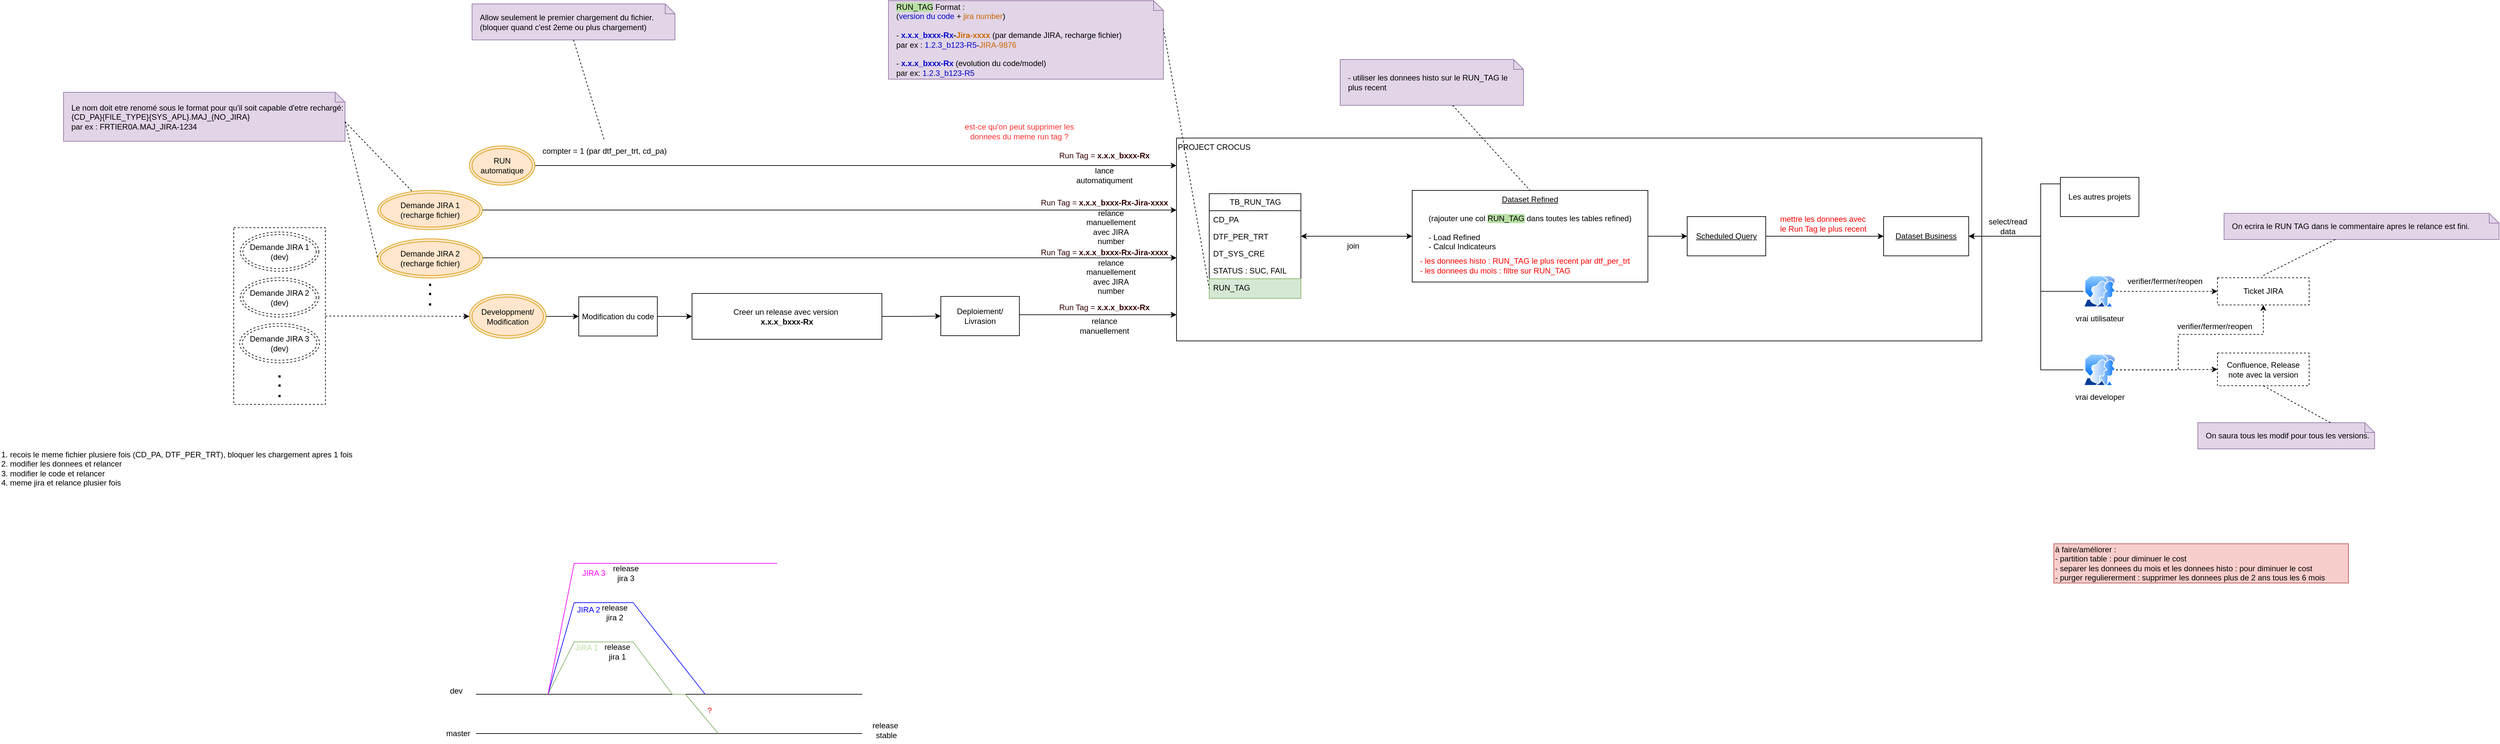
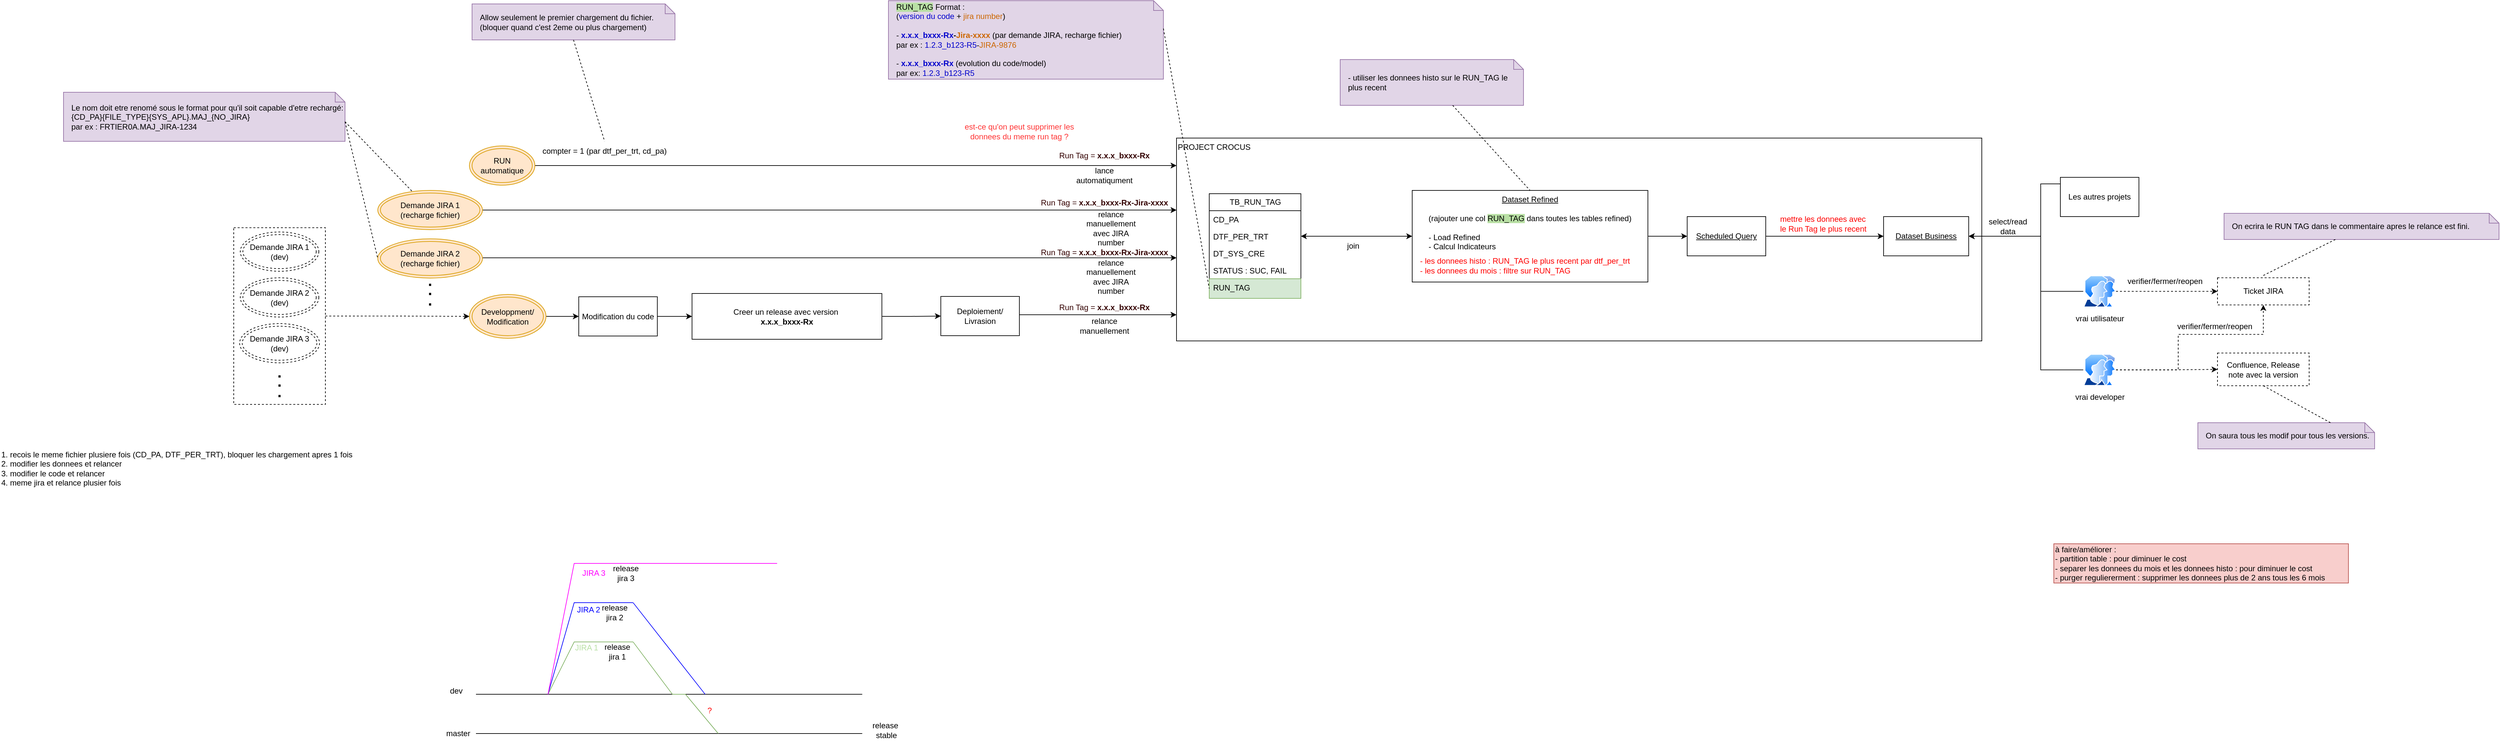
<mxfile host="app.diagrams.net">
  <diagram name="Page-1" id="bEAYSmEDHXBXhFzCy1HB">
    <mxGraphModel dx="3038" dy="1747" grid="1" gridSize="10" guides="1" tooltips="1" connect="1" arrows="1" fold="1" page="1" pageScale="1" pageWidth="827" pageHeight="1169" math="0" shadow="0">
      <root>
        <mxCell id="0" />
        <mxCell id="1" parent="0" />
        <mxCell id="cKu8MT6L8Fp_BZaxLZj7-22" edge="1" parent="1" source="cKu8MT6L8Fp_BZaxLZj7-16" style="edgeStyle=orthogonalEdgeStyle;rounded=0;orthogonalLoop=1;jettySize=auto;html=1;dashed=1;" target="QUzsFoNl6aFI_2ed8XXq-33">
          <mxGeometry relative="1" as="geometry">
            <Array as="points" />
            <mxPoint x="-937.4999999999995" y="382" as="sourcePoint" />
            <mxPoint x="-602.4999999999995" y="365" as="targetPoint" />
          </mxGeometry>
        </mxCell>
        <mxCell id="cKu8MT6L8Fp_BZaxLZj7-16" parent="1" style="rounded=0;whiteSpace=wrap;html=1;dashed=1;" value="" vertex="1">
          <mxGeometry height="270" width="140" x="-1070" y="247" as="geometry" />
        </mxCell>
        <mxCell id="QUzsFoNl6aFI_2ed8XXq-13" parent="1" style="rounded=0;whiteSpace=wrap;html=1;align=left;verticalAlign=top;" value="PROJECT CROCUS" vertex="1">
          <mxGeometry height="310" width="1230" x="370" y="110" as="geometry" />
        </mxCell>
        <mxCell id="QUzsFoNl6aFI_2ed8XXq-1" parent="1" style="swimlane;fontStyle=0;childLayout=stackLayout;horizontal=1;startSize=26;fillColor=none;horizontalStack=0;resizeParent=1;resizeParentMax=0;resizeLast=0;collapsible=1;marginBottom=0;html=1;" value="TB_RUN_TAG" vertex="1">
          <mxGeometry height="160" width="140" x="420" y="195" as="geometry" />
        </mxCell>
        <mxCell id="QUzsFoNl6aFI_2ed8XXq-2" parent="QUzsFoNl6aFI_2ed8XXq-1" style="text;strokeColor=none;fillColor=none;align=left;verticalAlign=top;spacingLeft=4;spacingRight=4;overflow=hidden;rotatable=0;points=[[0,0.5],[1,0.5]];portConstraint=eastwest;whiteSpace=wrap;html=1;" value="CD_PA" vertex="1">
          <mxGeometry height="26" width="140" y="26" as="geometry" />
        </mxCell>
        <mxCell id="QUzsFoNl6aFI_2ed8XXq-3" parent="QUzsFoNl6aFI_2ed8XXq-1" style="text;strokeColor=none;fillColor=none;align=left;verticalAlign=top;spacingLeft=4;spacingRight=4;overflow=hidden;rotatable=0;points=[[0,0.5],[1,0.5]];portConstraint=eastwest;whiteSpace=wrap;html=1;" value="DTF_PER_TRT" vertex="1">
          <mxGeometry height="26" width="140" y="52" as="geometry" />
        </mxCell>
        <mxCell id="QUzsFoNl6aFI_2ed8XXq-4" parent="QUzsFoNl6aFI_2ed8XXq-1" style="text;strokeColor=none;fillColor=none;align=left;verticalAlign=top;spacingLeft=4;spacingRight=4;overflow=hidden;rotatable=0;points=[[0,0.5],[1,0.5]];portConstraint=eastwest;whiteSpace=wrap;html=1;" value="DT_SYS_CRE" vertex="1">
          <mxGeometry height="26" width="140" y="78" as="geometry" />
        </mxCell>
        <mxCell id="QUzsFoNl6aFI_2ed8XXq-105" parent="QUzsFoNl6aFI_2ed8XXq-1" style="text;strokeColor=none;fillColor=none;align=left;verticalAlign=top;spacingLeft=4;spacingRight=4;overflow=hidden;rotatable=0;points=[[0,0.5],[1,0.5]];portConstraint=eastwest;whiteSpace=wrap;html=1;" value="STATUS : SUC, FAIL" vertex="1">
          <mxGeometry height="26" width="140" y="104" as="geometry" />
        </mxCell>
        <mxCell id="QUzsFoNl6aFI_2ed8XXq-5" parent="QUzsFoNl6aFI_2ed8XXq-1" style="text;strokeColor=#82b366;fillColor=#d5e8d4;align=left;verticalAlign=top;spacingLeft=4;spacingRight=4;overflow=hidden;rotatable=0;points=[[0,0.5],[1,0.5]];portConstraint=eastwest;whiteSpace=wrap;html=1;" value="RUN_TAG" vertex="1">
          <mxGeometry height="30" width="140" y="130" as="geometry" />
        </mxCell>
        <mxCell id="QUzsFoNl6aFI_2ed8XXq-7" parent="1" style="shape=note;size=15;align=left;spacingLeft=10;html=1;whiteSpace=wrap;fillColor=#e1d5e7;strokeColor=#9673a6;" value="&lt;span style=&quot;background-color: rgb(185, 224, 165);&quot;&gt;RUN_TAG&lt;/span&gt; Format :&amp;nbsp;&lt;div&gt;(&lt;font style=&quot;color: rgb(0, 0, 204);&quot;&gt;version du code&lt;/font&gt; +&lt;font style=&quot;color: rgb(204, 102, 0);&quot;&gt; &lt;font&gt;jira number&lt;/font&gt;&lt;/font&gt;)&lt;/div&gt;&lt;div&gt;&lt;br&gt;&lt;div&gt;- &lt;b&gt;&lt;font style=&quot;color: rgb(0, 0, 204);&quot;&gt;x.x.x_bxxx-Rx&lt;/font&gt;-&lt;font style=&quot;color: rgb(204, 102, 0);&quot;&gt;Jira-xxxx&lt;/font&gt;&lt;/b&gt; (par demande JIRA, recharge fichier)&amp;nbsp;&lt;/div&gt;&lt;div&gt;par ex : &lt;font style=&quot;color: rgb(0, 0, 204);&quot;&gt;1.2.3_b123-R5&lt;/font&gt;-&lt;font style=&quot;color: rgb(204, 102, 0);&quot;&gt;JIRA-9876&lt;/font&gt;&lt;/div&gt;&lt;div&gt;&lt;br&gt;&lt;/div&gt;&lt;div&gt;-&lt;b&gt; &lt;font style=&quot;color: rgb(0, 0, 204);&quot;&gt;x.x.x_bxxx-Rx&lt;/font&gt;&lt;/b&gt; (evolution du code/model)&lt;/div&gt;&lt;div&gt;&lt;span style=&quot;background-color: transparent; color: light-dark(rgb(0, 0, 0), rgb(255, 255, 255));&quot;&gt;par ex: &lt;/span&gt;&lt;span style=&quot;background-color: transparent;&quot;&gt;&lt;font style=&quot;color: light-dark(rgb(0, 0, 204), rgb(255, 255, 255));&quot;&gt;1.2.3_b123-R5&lt;/font&gt;&lt;/span&gt;&lt;/div&gt;&lt;/div&gt;" vertex="1">
          <mxGeometry height="120" width="420" x="-70" y="-100" as="geometry" />
        </mxCell>
        <mxCell id="QUzsFoNl6aFI_2ed8XXq-8" edge="1" parent="1" source="QUzsFoNl6aFI_2ed8XXq-7" style="edgeStyle=none;endArrow=none;exitX=0;exitY=0;dashed=1;html=1;rounded=0;entryX=0;entryY=0.5;entryDx=0;entryDy=0;exitDx=420;exitDy=42.5;exitPerimeter=0;" target="QUzsFoNl6aFI_2ed8XXq-5" value="">
          <mxGeometry relative="1" x="1" as="geometry">
            <mxPoint x="590" y="660" as="targetPoint" />
          </mxGeometry>
        </mxCell>
        <mxCell id="QUzsFoNl6aFI_2ed8XXq-10" parent="1" style="rounded=0;whiteSpace=wrap;html=1;dashed=1;" value="Confluence, Release note avec la v&lt;span style=&quot;background-color: transparent; color: light-dark(rgb(0, 0, 0), rgb(255, 255, 255));&quot;&gt;ersion&lt;/span&gt;" vertex="1">
          <mxGeometry height="50" width="140" x="1960" y="438.5" as="geometry" />
        </mxCell>
        <mxCell id="QUzsFoNl6aFI_2ed8XXq-11" parent="1" style="rounded=0;whiteSpace=wrap;html=1;dashed=1;" value="Ticket JIRA" vertex="1">
          <mxGeometry height="41.5" width="140" x="1960" y="323.5" as="geometry" />
        </mxCell>
        <mxCell id="QUzsFoNl6aFI_2ed8XXq-42" edge="1" parent="1" source="QUzsFoNl6aFI_2ed8XXq-12" style="edgeStyle=orthogonalEdgeStyle;rounded=0;orthogonalLoop=1;jettySize=auto;html=1;entryX=1;entryY=0.5;entryDx=0;entryDy=0;startArrow=classic;startFill=1;" target="QUzsFoNl6aFI_2ed8XXq-3">
          <mxGeometry relative="1" as="geometry" />
        </mxCell>
        <mxCell id="QUzsFoNl6aFI_2ed8XXq-50" edge="1" parent="1" source="QUzsFoNl6aFI_2ed8XXq-12" style="edgeStyle=orthogonalEdgeStyle;rounded=0;orthogonalLoop=1;jettySize=auto;html=1;" target="QUzsFoNl6aFI_2ed8XXq-46">
          <mxGeometry relative="1" as="geometry">
            <Array as="points" />
          </mxGeometry>
        </mxCell>
        <mxCell id="QUzsFoNl6aFI_2ed8XXq-12" parent="1" style="rounded=0;whiteSpace=wrap;html=1;verticalAlign=top;" value="&lt;u&gt;Dataset Refined&lt;/u&gt;&lt;div&gt;&lt;u&gt;&lt;br&gt;&lt;/u&gt;&lt;div&gt;(rajouter une col &lt;span style=&quot;background-color: rgb(185, 224, 165);&quot;&gt;RUN_TAG&lt;/span&gt;&lt;span&gt; &lt;/span&gt;dans toutes les tables refined)&lt;/div&gt;&lt;div&gt;&lt;br&gt;&lt;/div&gt;&lt;div style=&quot;text-align: left;&quot;&gt;- Load Refined&amp;nbsp; &amp;nbsp; &amp;nbsp; &amp;nbsp;&lt;/div&gt;&lt;div style=&quot;text-align: left;&quot;&gt;- Calcul Indicateurs&lt;/div&gt;&lt;/div&gt;" vertex="1">
          <mxGeometry height="140" width="360" x="730" y="190" as="geometry" />
        </mxCell>
        <mxCell id="QUzsFoNl6aFI_2ed8XXq-27" edge="1" parent="1" source="QUzsFoNl6aFI_2ed8XXq-33" style="edgeStyle=orthogonalEdgeStyle;rounded=0;orthogonalLoop=1;jettySize=auto;html=1;entryX=0;entryY=0.5;entryDx=0;entryDy=0;" target="QUzsFoNl6aFI_2ed8XXq-23">
          <mxGeometry relative="1" as="geometry">
            <mxPoint x="-740" y="198" as="sourcePoint" />
          </mxGeometry>
        </mxCell>
        <mxCell id="QUzsFoNl6aFI_2ed8XXq-19" parent="1" style="text;html=1;whiteSpace=wrap;strokeColor=none;fillColor=none;align=center;verticalAlign=middle;rounded=0;fontColor=#330000;" value="&lt;font style=&quot;&quot;&gt;Run Tag =&amp;nbsp;&lt;/font&gt;&lt;b style=&quot;text-align: left;&quot;&gt;x.x.x_bxxx-Rx-Jira-xxxx&lt;/b&gt;" vertex="1">
          <mxGeometry height="30" width="200" x="160" y="269.5" as="geometry" />
        </mxCell>
        <mxCell id="cKu8MT6L8Fp_BZaxLZj7-37" edge="1" parent="1" source="QUzsFoNl6aFI_2ed8XXq-23" style="edgeStyle=orthogonalEdgeStyle;rounded=0;orthogonalLoop=1;jettySize=auto;html=1;" target="QUzsFoNl6aFI_2ed8XXq-25">
          <mxGeometry relative="1" as="geometry" />
        </mxCell>
        <mxCell id="QUzsFoNl6aFI_2ed8XXq-23" parent="1" style="rounded=0;whiteSpace=wrap;html=1;" value="Modification du code" vertex="1">
          <mxGeometry height="60" width="120" x="-543" y="352.5" as="geometry" />
        </mxCell>
        <mxCell id="QUzsFoNl6aFI_2ed8XXq-31" edge="1" parent="1" source="QUzsFoNl6aFI_2ed8XXq-24" style="edgeStyle=orthogonalEdgeStyle;rounded=0;orthogonalLoop=1;jettySize=auto;html=1;" target="QUzsFoNl6aFI_2ed8XXq-13">
          <mxGeometry relative="1" as="geometry">
            <Array as="points">
              <mxPoint x="180" y="380" />
              <mxPoint x="180" y="380" />
            </Array>
            <mxPoint x="380" y="373" as="targetPoint" />
          </mxGeometry>
        </mxCell>
        <mxCell id="QUzsFoNl6aFI_2ed8XXq-24" parent="1" style="rounded=0;whiteSpace=wrap;html=1;" value="Deploiement/ Livrasion" vertex="1">
          <mxGeometry height="60" width="120" x="10" y="352" as="geometry" />
        </mxCell>
        <mxCell id="cKu8MT6L8Fp_BZaxLZj7-38" edge="1" parent="1" source="QUzsFoNl6aFI_2ed8XXq-25" style="edgeStyle=orthogonalEdgeStyle;rounded=0;orthogonalLoop=1;jettySize=auto;html=1;" target="QUzsFoNl6aFI_2ed8XXq-24">
          <mxGeometry relative="1" as="geometry" />
        </mxCell>
        <mxCell id="QUzsFoNl6aFI_2ed8XXq-25" parent="1" style="rounded=0;whiteSpace=wrap;html=1;" value="Creer un release avec version&amp;nbsp;&lt;div&gt;&lt;span style=&quot;text-align: left;&quot;&gt;&lt;b&gt;x.x.x_bxxx-Rx&lt;/b&gt;&lt;/span&gt;&lt;/div&gt;" vertex="1">
          <mxGeometry height="70" width="290" x="-370" y="347.5" as="geometry" />
        </mxCell>
        <mxCell id="QUzsFoNl6aFI_2ed8XXq-33" parent="1" style="ellipse;shape=doubleEllipse;whiteSpace=wrap;html=1;fillColor=#ffe6cc;strokeColor=#d79b00;" value="Developpment/&lt;div&gt;Modification&lt;/div&gt;" vertex="1">
          <mxGeometry height="67" width="117" x="-710" y="349" as="geometry" />
        </mxCell>
        <mxCell id="cKu8MT6L8Fp_BZaxLZj7-5" edge="1" parent="1" style="edgeStyle=orthogonalEdgeStyle;rounded=0;orthogonalLoop=1;jettySize=auto;html=1;">
          <mxGeometry relative="1" as="geometry">
            <Array as="points">
              <mxPoint x="110" y="293" />
              <mxPoint x="110" y="293" />
            </Array>
            <mxPoint x="-690.0000000000005" y="293" as="sourcePoint" />
            <mxPoint x="370" y="293" as="targetPoint" />
          </mxGeometry>
        </mxCell>
        <mxCell id="QUzsFoNl6aFI_2ed8XXq-34" parent="1" style="ellipse;shape=doubleEllipse;whiteSpace=wrap;html=1;fillColor=#ffe6cc;strokeColor=#d79b00;" value="Demande JIRA 2&lt;div&gt;(recharge fichier)&lt;/div&gt;" vertex="1">
          <mxGeometry height="60" width="160" x="-850" y="264" as="geometry" />
        </mxCell>
        <mxCell id="QUzsFoNl6aFI_2ed8XXq-36" edge="1" parent="1" source="QUzsFoNl6aFI_2ed8XXq-35" style="edgeStyle=orthogonalEdgeStyle;rounded=0;orthogonalLoop=1;jettySize=auto;html=1;" target="QUzsFoNl6aFI_2ed8XXq-13">
          <mxGeometry relative="1" as="geometry">
            <Array as="points">
              <mxPoint x="140" y="152" />
              <mxPoint x="140" y="152" />
            </Array>
            <mxPoint x="380" y="152.0588235294117" as="targetPoint" />
          </mxGeometry>
        </mxCell>
        <mxCell id="QUzsFoNl6aFI_2ed8XXq-35" parent="1" style="ellipse;shape=doubleEllipse;whiteSpace=wrap;html=1;fillColor=#ffe6cc;strokeColor=#d79b00;" value="RUN automatique" vertex="1">
          <mxGeometry height="60" width="100" x="-710" y="122" as="geometry" />
        </mxCell>
        <mxCell id="QUzsFoNl6aFI_2ed8XXq-40" parent="1" style="shape=note;size=15;align=left;spacingLeft=10;html=1;whiteSpace=wrap;fillColor=#e1d5e7;strokeColor=#9673a6;" value="&lt;div&gt;- utiliser les donnees histo sur le RUN_TAG le plus recent&lt;/div&gt;" vertex="1">
          <mxGeometry height="70" width="280" x="620" y="-10" as="geometry" />
        </mxCell>
        <mxCell id="QUzsFoNl6aFI_2ed8XXq-41" edge="1" parent="1" source="QUzsFoNl6aFI_2ed8XXq-40" style="edgeStyle=none;endArrow=none;dashed=1;html=1;rounded=0;entryX=0.5;entryY=0;entryDx=0;entryDy=0;" target="QUzsFoNl6aFI_2ed8XXq-12" value="">
          <mxGeometry relative="1" x="1" as="geometry">
            <mxPoint x="720" y="650" as="sourcePoint" />
            <mxPoint x="772" y="500" as="targetPoint" />
          </mxGeometry>
        </mxCell>
        <mxCell id="QUzsFoNl6aFI_2ed8XXq-43" parent="1" style="text;html=1;whiteSpace=wrap;strokeColor=none;fillColor=none;align=left;verticalAlign=middle;rounded=0;" value="&lt;font style=&quot;color: rgb(255, 0, 0);&quot;&gt;- les donnees histo : RUN_TAG le plus recent par dtf_per_trt&lt;/font&gt;&lt;div&gt;&lt;font style=&quot;color: rgb(255, 0, 0);&quot;&gt;- les donnees du mois : f&lt;/font&gt;&lt;span style=&quot;color: light-dark(rgb(255, 0, 0), rgb(255, 144, 144)); background-color: transparent;&quot;&gt;iltre sur RUN_TAG&lt;/span&gt;&lt;/div&gt;" vertex="1">
          <mxGeometry height="30" width="370" x="740" y="290" as="geometry" />
        </mxCell>
        <mxCell id="QUzsFoNl6aFI_2ed8XXq-45" parent="1" style="rounded=0;whiteSpace=wrap;html=1;" value="&lt;u&gt;Dataset Business&lt;/u&gt;" vertex="1">
          <mxGeometry height="60" width="130" x="1450" y="230" as="geometry" />
        </mxCell>
        <mxCell id="QUzsFoNl6aFI_2ed8XXq-48" edge="1" parent="1" source="QUzsFoNl6aFI_2ed8XXq-46" style="edgeStyle=orthogonalEdgeStyle;rounded=0;orthogonalLoop=1;jettySize=auto;html=1;" target="QUzsFoNl6aFI_2ed8XXq-45">
          <mxGeometry relative="1" as="geometry" />
        </mxCell>
        <mxCell id="QUzsFoNl6aFI_2ed8XXq-46" parent="1" style="rounded=0;whiteSpace=wrap;html=1;" value="&lt;u&gt;Scheduled Query&lt;/u&gt;" vertex="1">
          <mxGeometry height="60" width="120" x="1150" y="230" as="geometry" />
        </mxCell>
        <mxCell id="QUzsFoNl6aFI_2ed8XXq-51" parent="1" style="text;html=1;whiteSpace=wrap;strokeColor=none;fillColor=none;align=left;verticalAlign=middle;rounded=0;fontColor=#FF0000;" value="mettre les donnees avec le Run Tag le plus recent" vertex="1">
          <mxGeometry height="30" width="140" x="1290" y="226" as="geometry" />
        </mxCell>
        <mxCell id="QUzsFoNl6aFI_2ed8XXq-59" edge="1" parent="1" source="QUzsFoNl6aFI_2ed8XXq-52" style="edgeStyle=orthogonalEdgeStyle;rounded=0;orthogonalLoop=1;jettySize=auto;html=1;entryX=1;entryY=0.5;entryDx=0;entryDy=0;" target="QUzsFoNl6aFI_2ed8XXq-45">
          <mxGeometry relative="1" as="geometry">
            <Array as="points">
              <mxPoint x="1690" y="180" />
              <mxPoint x="1690" y="260" />
            </Array>
          </mxGeometry>
        </mxCell>
        <mxCell id="QUzsFoNl6aFI_2ed8XXq-52" parent="1" style="rounded=0;whiteSpace=wrap;html=1;" value="Les autres projets" vertex="1">
          <mxGeometry height="60" width="120" x="1720" y="170" as="geometry" />
        </mxCell>
        <mxCell id="QUzsFoNl6aFI_2ed8XXq-58" edge="1" parent="1" source="QUzsFoNl6aFI_2ed8XXq-57" style="edgeStyle=orthogonalEdgeStyle;rounded=0;orthogonalLoop=1;jettySize=auto;html=1;entryX=1;entryY=0.5;entryDx=0;entryDy=0;" target="QUzsFoNl6aFI_2ed8XXq-45">
          <mxGeometry relative="1" as="geometry">
            <Array as="points">
              <mxPoint x="1690" y="344" />
              <mxPoint x="1690" y="260" />
            </Array>
          </mxGeometry>
        </mxCell>
        <mxCell id="QUzsFoNl6aFI_2ed8XXq-65" edge="1" parent="1" source="QUzsFoNl6aFI_2ed8XXq-57" style="edgeStyle=orthogonalEdgeStyle;rounded=0;orthogonalLoop=1;jettySize=auto;html=1;dashed=1;" target="QUzsFoNl6aFI_2ed8XXq-11">
          <mxGeometry relative="1" as="geometry" />
        </mxCell>
        <mxCell id="QUzsFoNl6aFI_2ed8XXq-57" parent="1" style="image;aspect=fixed;perimeter=ellipsePerimeter;html=1;align=center;shadow=0;dashed=0;spacingTop=3;image=img/lib/active_directory/user_accounts.svg;" value="vrai utilisateur" vertex="1">
          <mxGeometry height="48.5" width="50" x="1755" y="320" as="geometry" />
        </mxCell>
        <mxCell id="QUzsFoNl6aFI_2ed8XXq-60" parent="1" style="text;html=1;whiteSpace=wrap;strokeColor=none;fillColor=none;align=center;verticalAlign=middle;rounded=0;" value="select/read data" vertex="1">
          <mxGeometry height="30" width="60" x="1610" y="230" as="geometry" />
        </mxCell>
        <mxCell id="QUzsFoNl6aFI_2ed8XXq-63" edge="1" parent="1" source="QUzsFoNl6aFI_2ed8XXq-62" style="edgeStyle=orthogonalEdgeStyle;rounded=0;orthogonalLoop=1;jettySize=auto;html=1;entryX=1;entryY=0.5;entryDx=0;entryDy=0;" target="QUzsFoNl6aFI_2ed8XXq-45">
          <mxGeometry relative="1" as="geometry">
            <Array as="points">
              <mxPoint x="1690" y="464" />
              <mxPoint x="1690" y="260" />
            </Array>
          </mxGeometry>
        </mxCell>
        <mxCell id="QUzsFoNl6aFI_2ed8XXq-66" edge="1" parent="1" source="QUzsFoNl6aFI_2ed8XXq-62" style="edgeStyle=orthogonalEdgeStyle;rounded=0;orthogonalLoop=1;jettySize=auto;html=1;dashed=1;" target="QUzsFoNl6aFI_2ed8XXq-10">
          <mxGeometry relative="1" as="geometry" />
        </mxCell>
        <mxCell id="QUzsFoNl6aFI_2ed8XXq-68" edge="1" parent="1" source="QUzsFoNl6aFI_2ed8XXq-62" style="edgeStyle=orthogonalEdgeStyle;rounded=0;orthogonalLoop=1;jettySize=auto;html=1;entryX=0.5;entryY=1;entryDx=0;entryDy=0;dashed=1;" target="QUzsFoNl6aFI_2ed8XXq-11">
          <mxGeometry relative="1" as="geometry">
            <Array as="points">
              <mxPoint x="1900" y="464" />
              <mxPoint x="1900" y="410" />
              <mxPoint x="2030" y="410" />
            </Array>
          </mxGeometry>
        </mxCell>
        <mxCell id="QUzsFoNl6aFI_2ed8XXq-62" parent="1" style="image;aspect=fixed;perimeter=ellipsePerimeter;html=1;align=center;shadow=0;dashed=0;spacingTop=3;image=img/lib/active_directory/user_accounts.svg;" value="vrai developer" vertex="1">
          <mxGeometry height="48.5" width="50" x="1755" y="440" as="geometry" />
        </mxCell>
        <mxCell id="QUzsFoNl6aFI_2ed8XXq-69" parent="1" style="shape=note;size=15;align=left;spacingLeft=10;html=1;whiteSpace=wrap;fillColor=#e1d5e7;strokeColor=#9673a6;" value="On ecrira le RUN TAG dans le commentaire apres le relance est fini." vertex="1">
          <mxGeometry height="40" width="420" x="1970" y="225" as="geometry" />
        </mxCell>
        <mxCell id="QUzsFoNl6aFI_2ed8XXq-70" edge="1" parent="1" source="QUzsFoNl6aFI_2ed8XXq-69" style="edgeStyle=none;endArrow=none;dashed=1;html=1;rounded=0;" value="">
          <mxGeometry relative="1" x="1" as="geometry">
            <mxPoint x="970" y="210" as="sourcePoint" />
            <mxPoint x="2030" y="320" as="targetPoint" />
          </mxGeometry>
        </mxCell>
        <mxCell id="QUzsFoNl6aFI_2ed8XXq-71" parent="1" style="shape=note;size=15;align=left;spacingLeft=10;html=1;whiteSpace=wrap;fillColor=#e1d5e7;strokeColor=#9673a6;" value="On saura tous les modif pour tous les versions." vertex="1">
          <mxGeometry height="40" width="270" x="1930" y="545" as="geometry" />
        </mxCell>
        <mxCell id="QUzsFoNl6aFI_2ed8XXq-72" edge="1" parent="1" source="QUzsFoNl6aFI_2ed8XXq-71" style="edgeStyle=none;endArrow=none;dashed=1;html=1;rounded=0;entryX=0.5;entryY=1;entryDx=0;entryDy=0;exitX=0;exitY=0;exitDx=202.5;exitDy=0;exitPerimeter=0;" target="QUzsFoNl6aFI_2ed8XXq-10" value="">
          <mxGeometry relative="1" x="1" as="geometry">
            <mxPoint x="2180" y="470" as="sourcePoint" />
            <mxPoint x="2070" y="525" as="targetPoint" />
          </mxGeometry>
        </mxCell>
        <mxCell id="QUzsFoNl6aFI_2ed8XXq-74" parent="1" style="rounded=0;whiteSpace=wrap;html=1;align=left;fillColor=#f8cecc;strokeColor=#b85450;" value="à faire/améliorer :&lt;div&gt;- partition table : pour diminuer le cost&lt;/div&gt;&lt;div&gt;- separer les donnees du mois et les donnees histo&amp;nbsp;&lt;span style=&quot;background-color: transparent; color: light-dark(rgb(0, 0, 0), rgb(255, 255, 255));&quot;&gt;: pour diminuer le cost&lt;/span&gt;&lt;/div&gt;&lt;div&gt;&lt;span style=&quot;background-color: transparent; color: light-dark(rgb(0, 0, 0), rgb(255, 255, 255));&quot;&gt;- purger reguliererment : supprimer les donnees plus de 2 ans tous les 6 mois&lt;/span&gt;&lt;/div&gt;" vertex="1">
          <mxGeometry height="60" width="450" x="1710" y="730" as="geometry" />
        </mxCell>
        <mxCell id="QUzsFoNl6aFI_2ed8XXq-76" parent="1" style="text;html=1;whiteSpace=wrap;strokeColor=none;fillColor=none;align=center;verticalAlign=middle;rounded=0;" value="join" vertex="1">
          <mxGeometry height="30" width="60" x="610" y="260" as="geometry" />
        </mxCell>
        <mxCell id="QUzsFoNl6aFI_2ed8XXq-81" edge="1" parent="1" style="endArrow=none;html=1;rounded=0;" value="">
          <mxGeometry height="50" relative="1" width="50" as="geometry">
            <mxPoint x="-700" y="960" as="sourcePoint" />
            <mxPoint x="-110" y="960" as="targetPoint" />
          </mxGeometry>
        </mxCell>
        <mxCell id="QUzsFoNl6aFI_2ed8XXq-83" edge="1" parent="1" style="endArrow=none;html=1;rounded=0;fillColor=#d5e8d4;strokeColor=#82b366;" value="">
          <mxGeometry height="50" relative="1" width="50" as="geometry">
            <Array as="points">
              <mxPoint x="-550" y="880" />
            </Array>
            <mxPoint x="-590" y="960" as="sourcePoint" />
            <mxPoint x="-460" y="880" as="targetPoint" />
          </mxGeometry>
        </mxCell>
        <mxCell id="QUzsFoNl6aFI_2ed8XXq-84" parent="1" style="text;html=1;whiteSpace=wrap;strokeColor=none;fillColor=none;align=center;verticalAlign=middle;rounded=0;" value="dev" vertex="1">
          <mxGeometry height="30" width="60" x="-760" y="940" as="geometry" />
        </mxCell>
        <mxCell id="QUzsFoNl6aFI_2ed8XXq-85" edge="1" parent="1" style="endArrow=none;html=1;rounded=0;strokeColor=#0000FF;" value="">
          <mxGeometry height="50" relative="1" width="50" as="geometry">
            <Array as="points">
              <mxPoint x="-550" y="820" />
            </Array>
            <mxPoint x="-590" y="960" as="sourcePoint" />
            <mxPoint x="-460" y="820" as="targetPoint" />
          </mxGeometry>
        </mxCell>
        <mxCell id="QUzsFoNl6aFI_2ed8XXq-86" edge="1" parent="1" style="endArrow=none;html=1;rounded=0;strokeColor=#FF00FF;" value="">
          <mxGeometry height="50" relative="1" width="50" as="geometry">
            <Array as="points">
              <mxPoint x="-550" y="760" />
            </Array>
            <mxPoint x="-590" y="960" as="sourcePoint" />
            <mxPoint x="-240" y="760" as="targetPoint" />
          </mxGeometry>
        </mxCell>
        <mxCell id="QUzsFoNl6aFI_2ed8XXq-87" parent="1" style="text;html=1;whiteSpace=wrap;strokeColor=none;fillColor=none;align=center;verticalAlign=middle;rounded=0;fontColor=#B9E0A5;" value="JIRA 1" vertex="1">
          <mxGeometry height="30" width="60" x="-561" y="874" as="geometry" />
        </mxCell>
        <mxCell id="QUzsFoNl6aFI_2ed8XXq-88" parent="1" style="text;html=1;whiteSpace=wrap;strokeColor=none;fillColor=none;align=center;verticalAlign=middle;rounded=0;fontColor=#0000FF;" value="JIRA 2" vertex="1">
          <mxGeometry height="30" width="60" x="-558" y="816" as="geometry" />
        </mxCell>
        <mxCell id="QUzsFoNl6aFI_2ed8XXq-89" parent="1" style="text;html=1;whiteSpace=wrap;strokeColor=none;fillColor=none;align=center;verticalAlign=middle;rounded=0;fontColor=#FF00FF;" value="JIRA 3" vertex="1">
          <mxGeometry height="30" width="60" x="-550" y="760" as="geometry" />
        </mxCell>
        <mxCell id="QUzsFoNl6aFI_2ed8XXq-90" edge="1" parent="1" style="endArrow=none;html=1;rounded=0;" value="">
          <mxGeometry height="50" relative="1" width="50" as="geometry">
            <mxPoint x="-700" y="1020" as="sourcePoint" />
            <mxPoint x="-110" y="1020" as="targetPoint" />
          </mxGeometry>
        </mxCell>
        <mxCell id="QUzsFoNl6aFI_2ed8XXq-91" parent="1" style="text;html=1;whiteSpace=wrap;strokeColor=none;fillColor=none;align=center;verticalAlign=middle;rounded=0;" value="master" vertex="1">
          <mxGeometry height="30" width="60" x="-757" y="1005" as="geometry" />
        </mxCell>
        <mxCell id="QUzsFoNl6aFI_2ed8XXq-92" edge="1" parent="1" style="endArrow=none;html=1;rounded=0;fillColor=#d5e8d4;strokeColor=#82b366;" value="">
          <mxGeometry height="50" relative="1" width="50" as="geometry">
            <mxPoint x="-460" y="880" as="sourcePoint" />
            <mxPoint x="-400" y="960" as="targetPoint" />
          </mxGeometry>
        </mxCell>
        <mxCell id="QUzsFoNl6aFI_2ed8XXq-94" edge="1" parent="1" style="endArrow=none;html=1;rounded=0;strokeColor=#0000FF;" value="">
          <mxGeometry height="50" relative="1" width="50" as="geometry">
            <mxPoint x="-460" y="820" as="sourcePoint" />
            <mxPoint x="-350" y="960" as="targetPoint" />
          </mxGeometry>
        </mxCell>
        <mxCell id="QUzsFoNl6aFI_2ed8XXq-95" edge="1" parent="1" style="endArrow=none;html=1;rounded=0;fillColor=#d5e8d4;strokeColor=#82b366;" value="">
          <mxGeometry height="50" relative="1" width="50" as="geometry">
            <mxPoint x="-380" y="960" as="sourcePoint" />
            <mxPoint x="-330" y="1020" as="targetPoint" />
          </mxGeometry>
        </mxCell>
        <mxCell id="QUzsFoNl6aFI_2ed8XXq-96" edge="1" parent="1" style="endArrow=none;html=1;rounded=0;fillColor=#d5e8d4;strokeColor=#82b366;" value="">
          <mxGeometry height="50" relative="1" width="50" as="geometry">
            <mxPoint x="-400" y="960" as="sourcePoint" />
            <mxPoint x="-380" y="960" as="targetPoint" />
          </mxGeometry>
        </mxCell>
        <mxCell id="QUzsFoNl6aFI_2ed8XXq-98" parent="1" style="text;html=1;whiteSpace=wrap;strokeColor=none;fillColor=none;align=center;verticalAlign=middle;rounded=0;" value="release jira 2" vertex="1">
          <mxGeometry height="30" width="60" x="-518" y="820" as="geometry" />
        </mxCell>
        <mxCell id="QUzsFoNl6aFI_2ed8XXq-99" parent="1" style="text;html=1;whiteSpace=wrap;strokeColor=none;fillColor=none;align=center;verticalAlign=middle;rounded=0;" value="release jira 1" vertex="1">
          <mxGeometry height="30" width="60" x="-514" y="880" as="geometry" />
        </mxCell>
        <mxCell id="QUzsFoNl6aFI_2ed8XXq-100" parent="1" style="text;html=1;whiteSpace=wrap;strokeColor=none;fillColor=none;align=center;verticalAlign=middle;rounded=0;" value="release jira 3" vertex="1">
          <mxGeometry height="30" width="60" x="-501" y="760" as="geometry" />
        </mxCell>
        <mxCell id="QUzsFoNl6aFI_2ed8XXq-101" parent="1" style="text;html=1;whiteSpace=wrap;strokeColor=none;fillColor=none;align=center;verticalAlign=middle;rounded=0;" value="release&amp;nbsp; stable" vertex="1">
          <mxGeometry height="30" width="60" x="-103" y="1000" as="geometry" />
        </mxCell>
        <mxCell id="QUzsFoNl6aFI_2ed8XXq-103" parent="1" style="text;html=1;whiteSpace=wrap;strokeColor=none;fillColor=none;align=center;verticalAlign=middle;rounded=0;fontColor=#FF0000;" value="?" vertex="1">
          <mxGeometry height="30" width="60" x="-373" y="970" as="geometry" />
        </mxCell>
        <mxCell id="QUzsFoNl6aFI_2ed8XXq-104" parent="1" style="text;html=1;whiteSpace=wrap;strokeColor=none;fillColor=none;align=center;verticalAlign=middle;rounded=0;" value="compter = 1 (par dtf_per_trt, cd_pa)" vertex="1">
          <mxGeometry height="30" width="227" x="-617" y="115" as="geometry" />
        </mxCell>
        <mxCell id="QUzsFoNl6aFI_2ed8XXq-106" parent="1" style="text;html=1;whiteSpace=wrap;strokeColor=none;fillColor=none;align=left;verticalAlign=middle;rounded=0;" value="1. recois le meme fichier plusiere fois (CD_PA, DTF_PER_TRT), bloquer les chargement apres 1 fois&lt;div&gt;2. modifier les donnees et relancer&lt;/div&gt;&lt;div&gt;3. modifier le code et relancer&lt;/div&gt;&lt;div&gt;4.&amp;nbsp;&lt;span style=&quot;text-align: center; background-color: transparent; color: light-dark(rgb(0, 0, 0), rgb(255, 255, 255));&quot;&gt;meme jira et relance plusier fois&lt;/span&gt;&lt;/div&gt;" vertex="1">
          <mxGeometry height="30" width="600" x="-1427" y="600" as="geometry" />
        </mxCell>
        <mxCell id="cKu8MT6L8Fp_BZaxLZj7-1" parent="1" style="shape=note;size=15;align=left;spacingLeft=10;html=1;whiteSpace=wrap;fillColor=#e1d5e7;strokeColor=#9673a6;labelBackgroundColor=none;" value="&lt;span style=&quot;&quot;&gt;Allow seulement le premier chargement du fichier.&lt;br&gt;(bloquer quand c&#39;est 2eme ou plus chargement)&lt;/span&gt;" vertex="1">
          <mxGeometry height="55" width="310" x="-706" y="-95" as="geometry" />
        </mxCell>
        <mxCell id="cKu8MT6L8Fp_BZaxLZj7-2" edge="1" parent="1" source="cKu8MT6L8Fp_BZaxLZj7-1" style="edgeStyle=none;endArrow=none;exitX=0.5;exitY=1;dashed=1;html=1;rounded=0;entryX=0.5;entryY=0;entryDx=0;entryDy=0;exitDx=0;exitDy=0;exitPerimeter=0;" target="QUzsFoNl6aFI_2ed8XXq-104" value="">
          <mxGeometry relative="1" x="1" as="geometry">
            <mxPoint x="590" y="300" as="sourcePoint" />
            <mxPoint x="680" y="507" as="targetPoint" />
          </mxGeometry>
        </mxCell>
        <mxCell id="cKu8MT6L8Fp_BZaxLZj7-3" parent="1" style="ellipse;shape=doubleEllipse;whiteSpace=wrap;html=1;dashed=1;" value="Demande JIRA 1&lt;div&gt;(dev)&lt;/div&gt;" vertex="1">
          <mxGeometry height="60" width="120" x="-1060" y="253.5" as="geometry" />
        </mxCell>
        <mxCell id="cKu8MT6L8Fp_BZaxLZj7-7" parent="1" style="text;html=1;whiteSpace=wrap;strokeColor=none;fillColor=none;align=center;verticalAlign=middle;rounded=0;fontColor=#330000;" value="&lt;font style=&quot;&quot;&gt;Run Tag =&amp;nbsp;&lt;b style=&quot;text-align: left;&quot;&gt;x.x.x_bxxx-Rx&lt;/b&gt;&lt;/font&gt;" vertex="1">
          <mxGeometry height="30" width="200" x="160" y="122" as="geometry" />
        </mxCell>
        <mxCell id="cKu8MT6L8Fp_BZaxLZj7-11" parent="1" style="shape=note;size=15;align=left;spacingLeft=10;html=1;whiteSpace=wrap;fillColor=#e1d5e7;strokeColor=#9673a6;labelBackgroundColor=none;" value="&lt;span style=&quot;&quot;&gt;Le nom doit etre renomé sous le format pour qu&#39;il soit capable d&#39;etre rechargé:&lt;br&gt;{CD_PA}{FILE_TYPE}{SYS_APL}.MAJ_{NO_JIRA}&lt;/span&gt;&lt;div&gt;&lt;span style=&quot;&quot;&gt;par ex : FRTIER0A.MAJ_JIRA-1234&lt;/span&gt;&lt;/div&gt;" vertex="1">
          <mxGeometry height="75" width="430" x="-1330" y="40" as="geometry" />
        </mxCell>
        <mxCell id="cKu8MT6L8Fp_BZaxLZj7-14" parent="1" style="ellipse;shape=doubleEllipse;whiteSpace=wrap;html=1;dashed=1;" value="Demande JIRA 2&lt;div&gt;(dev)&lt;/div&gt;" vertex="1">
          <mxGeometry height="60" width="120" x="-1060" y="323.5" as="geometry" />
        </mxCell>
        <mxCell id="cKu8MT6L8Fp_BZaxLZj7-15" parent="1" style="ellipse;shape=doubleEllipse;whiteSpace=wrap;html=1;dashed=1;" value="Demande JIRA 3&lt;div&gt;(dev)&lt;/div&gt;" vertex="1">
          <mxGeometry height="60" width="122" x="-1061" y="393.5" as="geometry" />
        </mxCell>
        <mxCell id="cKu8MT6L8Fp_BZaxLZj7-19" parent="1" style="text;html=1;whiteSpace=wrap;strokeColor=none;fillColor=none;align=center;verticalAlign=middle;rounded=0;fontSize=23;fontStyle=1" value="." vertex="1">
          <mxGeometry height="30" width="60" x="-1030" y="453.25" as="geometry" />
        </mxCell>
        <mxCell id="cKu8MT6L8Fp_BZaxLZj7-20" parent="1" style="text;html=1;whiteSpace=wrap;strokeColor=none;fillColor=none;align=center;verticalAlign=middle;rounded=0;fontSize=23;fontStyle=1" value="." vertex="1">
          <mxGeometry height="30" width="60" x="-1030" y="467" as="geometry" />
        </mxCell>
        <mxCell id="cKu8MT6L8Fp_BZaxLZj7-21" parent="1" style="text;html=1;whiteSpace=wrap;strokeColor=none;fillColor=none;align=center;verticalAlign=middle;rounded=0;fontSize=23;fontStyle=1" value="." vertex="1">
          <mxGeometry height="30" width="60" x="-1030" y="483.25" as="geometry" />
        </mxCell>
        <mxCell id="cKu8MT6L8Fp_BZaxLZj7-24" edge="1" parent="1" source="cKu8MT6L8Fp_BZaxLZj7-23" style="edgeStyle=orthogonalEdgeStyle;rounded=0;orthogonalLoop=1;jettySize=auto;html=1;" target="QUzsFoNl6aFI_2ed8XXq-13">
          <mxGeometry relative="1" as="geometry">
            <Array as="points">
              <mxPoint x="120" y="220" />
              <mxPoint x="120" y="220" />
            </Array>
          </mxGeometry>
        </mxCell>
        <mxCell id="cKu8MT6L8Fp_BZaxLZj7-23" parent="1" style="ellipse;shape=doubleEllipse;whiteSpace=wrap;html=1;fillColor=#ffe6cc;strokeColor=#d79b00;" value="Demande JIRA 1&lt;div&gt;(recharge fichier)&lt;/div&gt;" vertex="1">
          <mxGeometry height="60" width="160" x="-850" y="190" as="geometry" />
        </mxCell>
        <mxCell id="cKu8MT6L8Fp_BZaxLZj7-25" edge="1" parent="1" source="cKu8MT6L8Fp_BZaxLZj7-11" style="edgeStyle=none;endArrow=none;exitX=0;exitY=0;dashed=1;html=1;rounded=0;exitDx=430;exitDy=45;exitPerimeter=0;" target="cKu8MT6L8Fp_BZaxLZj7-23" value="">
          <mxGeometry relative="1" x="1" as="geometry">
            <mxPoint x="-520" y="10" as="sourcePoint" />
            <mxPoint x="-490" y="150" as="targetPoint" />
          </mxGeometry>
        </mxCell>
        <mxCell id="cKu8MT6L8Fp_BZaxLZj7-26" edge="1" parent="1" source="cKu8MT6L8Fp_BZaxLZj7-11" style="edgeStyle=none;endArrow=none;exitX=0;exitY=0;dashed=1;html=1;rounded=0;exitDx=430;exitDy=45;exitPerimeter=0;entryX=0;entryY=0.5;entryDx=0;entryDy=0;" target="QUzsFoNl6aFI_2ed8XXq-34" value="">
          <mxGeometry relative="1" x="1" as="geometry">
            <mxPoint x="-900" y="200" as="sourcePoint" />
            <mxPoint x="-801" y="244" as="targetPoint" />
          </mxGeometry>
        </mxCell>
        <mxCell id="cKu8MT6L8Fp_BZaxLZj7-27" parent="1" style="text;html=1;whiteSpace=wrap;strokeColor=none;fillColor=none;align=center;verticalAlign=middle;rounded=0;fontSize=23;fontStyle=1" value="." vertex="1">
          <mxGeometry height="30" width="60" x="-800" y="313" as="geometry" />
        </mxCell>
        <mxCell id="cKu8MT6L8Fp_BZaxLZj7-28" parent="1" style="text;html=1;whiteSpace=wrap;strokeColor=none;fillColor=none;align=center;verticalAlign=middle;rounded=0;fontSize=23;fontStyle=1" value="." vertex="1">
          <mxGeometry height="30" width="60" x="-800" y="343" as="geometry" />
        </mxCell>
        <mxCell id="cKu8MT6L8Fp_BZaxLZj7-29" parent="1" style="text;html=1;whiteSpace=wrap;strokeColor=none;fillColor=none;align=center;verticalAlign=middle;rounded=0;fontSize=23;fontStyle=1" value="." vertex="1">
          <mxGeometry height="30" width="60" x="-800" y="326.5" as="geometry" />
        </mxCell>
        <mxCell id="cKu8MT6L8Fp_BZaxLZj7-31" parent="1" style="text;html=1;whiteSpace=wrap;strokeColor=none;fillColor=none;align=center;verticalAlign=middle;rounded=0;fontColor=#330000;" value="&lt;font style=&quot;&quot;&gt;Run Tag =&amp;nbsp;&lt;/font&gt;&lt;b style=&quot;text-align: left;&quot;&gt;x.x.x_bxxx-Rx-Jira-xxxx&lt;/b&gt;" vertex="1">
          <mxGeometry height="30" width="200" x="160" y="194" as="geometry" />
        </mxCell>
        <mxCell id="cKu8MT6L8Fp_BZaxLZj7-33" parent="1" style="text;html=1;whiteSpace=wrap;strokeColor=none;fillColor=none;align=center;verticalAlign=middle;rounded=0;fontColor=#330000;" value="&lt;font style=&quot;&quot;&gt;Run Tag =&amp;nbsp;&lt;b style=&quot;text-align: left;&quot;&gt;x.x.x_bxxx-Rx&lt;/b&gt;&lt;/font&gt;" vertex="1">
          <mxGeometry height="30" width="200" x="160" y="353.5" as="geometry" />
        </mxCell>
        <mxCell id="cKu8MT6L8Fp_BZaxLZj7-39" parent="1" style="text;html=1;whiteSpace=wrap;strokeColor=none;fillColor=none;align=center;verticalAlign=middle;rounded=0;" value="verifier/fermer/reopen" vertex="1">
          <mxGeometry height="30" width="60" x="1850" y="313.5" as="geometry" />
        </mxCell>
        <mxCell id="cKu8MT6L8Fp_BZaxLZj7-40" parent="1" style="text;html=1;whiteSpace=wrap;strokeColor=none;fillColor=none;align=center;verticalAlign=middle;rounded=0;" value="verifier/fermer/reopen" vertex="1">
          <mxGeometry height="30" width="60" x="1926" y="382.5" as="geometry" />
        </mxCell>
        <mxCell id="cKu8MT6L8Fp_BZaxLZj7-43" parent="1" style="text;html=1;whiteSpace=wrap;strokeColor=none;fillColor=none;align=center;verticalAlign=middle;rounded=0;fontColor=#FF3333;" value="est-ce qu&#39;on peut supprimer les donnees du meme run tag ?" vertex="1">
          <mxGeometry height="30" width="200" x="30" y="85" as="geometry" />
        </mxCell>
        <mxCell id="joy4J5Q9jbU-j6AZ98Qk-1" parent="1" style="text;html=1;whiteSpace=wrap;strokeColor=none;fillColor=none;align=center;verticalAlign=middle;rounded=0;" value="relance manuellement&lt;div&gt;avec JIRA number&lt;/div&gt;" vertex="1">
          <mxGeometry height="30" width="60" x="240" y="307" as="geometry" />
        </mxCell>
        <mxCell id="joy4J5Q9jbU-j6AZ98Qk-2" parent="1" style="text;html=1;whiteSpace=wrap;strokeColor=none;fillColor=none;align=center;verticalAlign=middle;rounded=0;" value="relance manuellement&lt;div&gt;avec JIRA number&lt;/div&gt;" vertex="1">
-           <mxGeometry height="30" width="60" x="240" y="230.5" as="geometry" />
+           <mxGeometry height="30" width="60" x="240" y="232.5" as="geometry" />
        </mxCell>
        <mxCell id="joy4J5Q9jbU-j6AZ98Qk-3" parent="1" style="text;html=1;whiteSpace=wrap;strokeColor=none;fillColor=none;align=center;verticalAlign=middle;rounded=0;" value="relance manuellement" vertex="1">
          <mxGeometry height="30" width="60" x="230" y="382" as="geometry" />
        </mxCell>
        <mxCell id="joy4J5Q9jbU-j6AZ98Qk-4" parent="1" style="text;html=1;whiteSpace=wrap;strokeColor=none;fillColor=none;align=center;verticalAlign=middle;rounded=0;" value="lance automatiqument" vertex="1">
          <mxGeometry height="30" width="60" x="230" y="152" as="geometry" />
        </mxCell>
      </root>
    </mxGraphModel>
  </diagram>
</mxfile>
